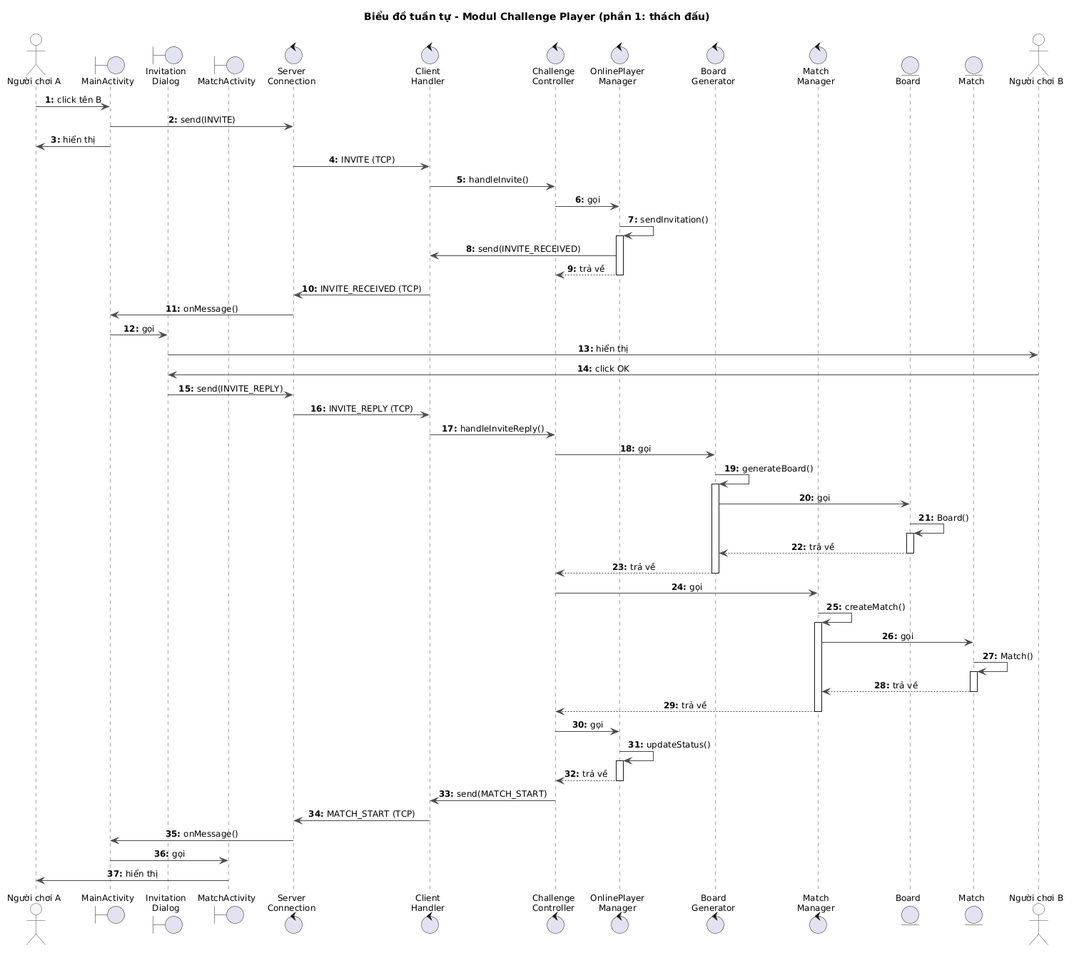
Before: docs/uml/pha3/seq-m3-1.png, a diagram exported from PlantUML (VattenL/mobile-pikachu). Source of this version:
```plantuml
@startuml
title Biểu đồ tuần tự - Modul Challenge Player (phần 1: thách đấu)

skinparam shadowing false
skinparam defaultFontSize 12
skinparam sequenceMessageAlign center
skinparam responseMessageBelowArrow true
skinparam ArrowColor #4A4A4A
skinparam sequence {
  LifeLineBorderColor #4A4A4A
  ParticipantBorderColor #4A4A4A
  ParticipantBackgroundColor #F7F7F7
  ActorBorderColor #4A4A4A
  ActorBackgroundColor #F7F7F7
}
autonumber "<b>0:"

actor "Người chơi A" as A
boundary MainActivity
boundary "Invitation\nDialog" as InvitationDialog
boundary MatchActivity
control "Server\nConnection" as ServerConnection
control "Client\nHandler" as ClientHandler
control "Challenge\nController" as ChallengeController
control "OnlinePlayer\nManager" as OnlinePlayerManager
control "Board\nGenerator" as BoardGenerator
control "Match\nManager" as MatchManager
entity Board
entity Match
actor "Người chơi B" as B

A -> MainActivity : click tên B
MainActivity -> ServerConnection : send(INVITE)
MainActivity -> A : hiển thị
ServerConnection -> ClientHandler : INVITE (TCP)
ClientHandler -> ChallengeController : handleInvite()
ChallengeController -> OnlinePlayerManager : gọi
OnlinePlayerManager -> OnlinePlayerManager : sendInvitation()
activate OnlinePlayerManager
OnlinePlayerManager -> ClientHandler : send(INVITE_RECEIVED)
OnlinePlayerManager --> ChallengeController : trả về
deactivate OnlinePlayerManager
ClientHandler -> ServerConnection : INVITE_RECEIVED (TCP)
ServerConnection -> MainActivity : onMessage()
MainActivity -> InvitationDialog : gọi
InvitationDialog -> B : hiển thị
B -> InvitationDialog : click OK
InvitationDialog -> ServerConnection : send(INVITE_REPLY)
ServerConnection -> ClientHandler : INVITE_REPLY (TCP)
ClientHandler -> ChallengeController : handleInviteReply()
ChallengeController -> BoardGenerator : gọi
BoardGenerator -> BoardGenerator : generateBoard()
activate BoardGenerator
BoardGenerator -> Board : gọi
Board -> Board : Board()
activate Board
Board --> BoardGenerator : trả về
deactivate Board
BoardGenerator --> ChallengeController : trả về
deactivate BoardGenerator
ChallengeController -> MatchManager : gọi
MatchManager -> MatchManager : createMatch()
activate MatchManager
MatchManager -> Match : gọi
Match -> Match : Match()
activate Match
Match --> MatchManager : trả về
deactivate Match
MatchManager --> ChallengeController : trả về
deactivate MatchManager
ChallengeController -> OnlinePlayerManager : gọi
OnlinePlayerManager -> OnlinePlayerManager : updateStatus()
activate OnlinePlayerManager
OnlinePlayerManager --> ChallengeController : trả về
deactivate OnlinePlayerManager
ChallengeController -> ClientHandler : send(MATCH_START)
ClientHandler -> ServerConnection : MATCH_START (TCP)
ServerConnection -> MainActivity : onMessage()
MainActivity -> MatchActivity : gọi
MatchActivity -> A : hiển thị
@enduml
```
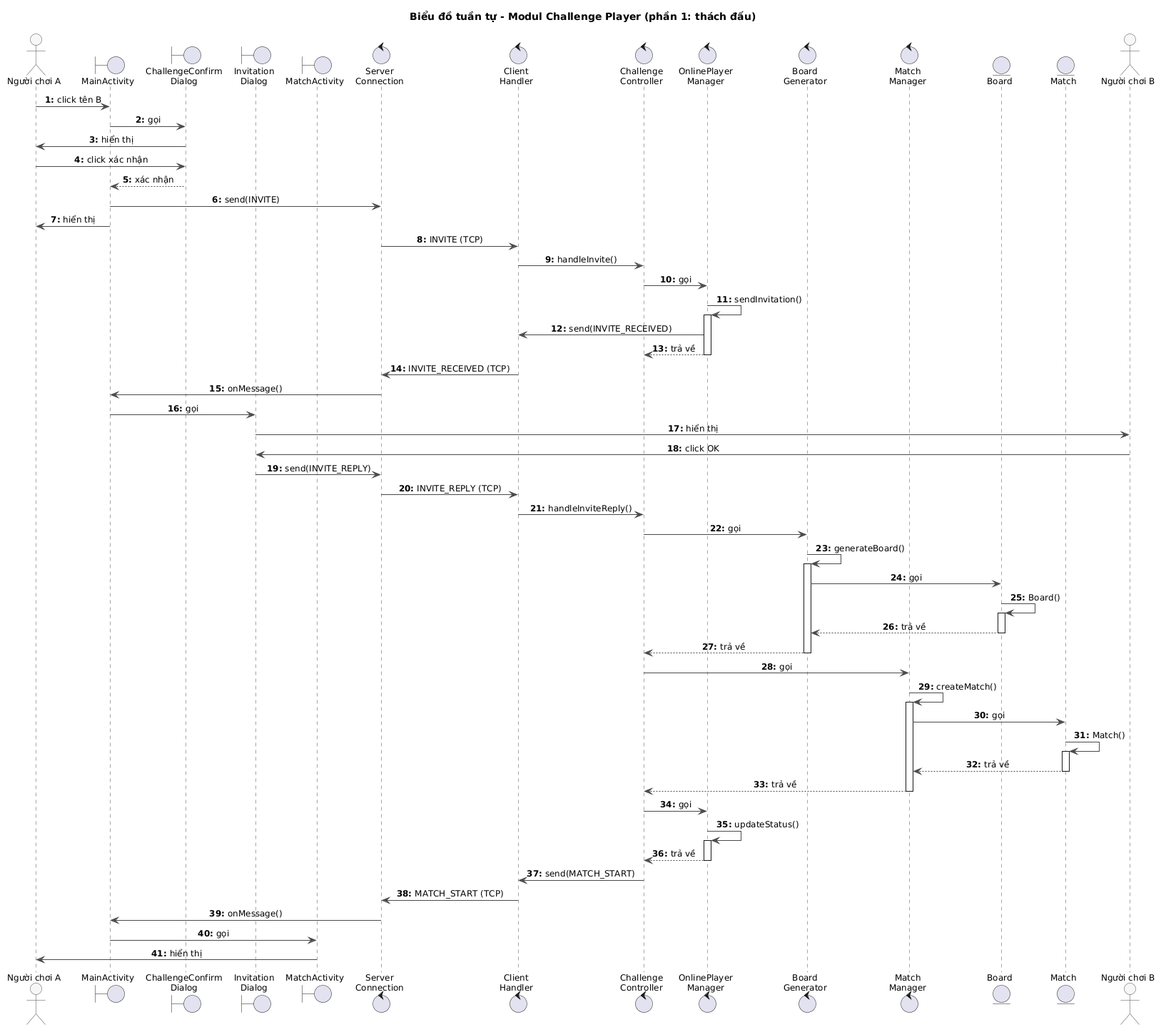
Above is the later version.

The edit, as a diff of the source:
```diff
@@ -17,6 +17,7 @@
 
 actor "Người chơi A" as A
 boundary MainActivity
+boundary "ChallengeConfirm\nDialog" as ChallengeConfirmDialog
 boundary "Invitation\nDialog" as InvitationDialog
 boundary MatchActivity
 control "Server\nConnection" as ServerConnection
@@ -30,6 +31,10 @@
 actor "Người chơi B" as B
 
 A -> MainActivity : click tên B
+MainActivity -> ChallengeConfirmDialog : gọi
+ChallengeConfirmDialog -> A : hiển thị
+A -> ChallengeConfirmDialog : click xác nhận
+ChallengeConfirmDialog --> MainActivity : xác nhận
 MainActivity -> ServerConnection : send(INVITE)
 MainActivity -> A : hiển thị
 ServerConnection -> ClientHandler : INVITE (TCP)
```
